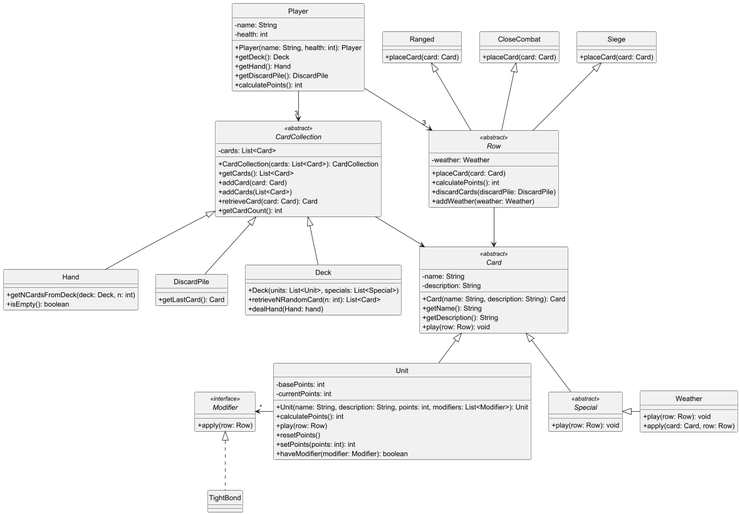
Above: diagrams/classes/general.png in Yonhir/algo3_proyecto_base_tp2 (PlantUML), before the change. Its source is kept beside it as diagrams/classes/general.plantuml. The source it was exported from:
```plantuml
@startuml

skinparam monochrome true
hide circle
skinparam classAttributeIconSize 0

class Player {
  -name: String
  -health: int
  +Player(name: String, health: int): Player
  +getDeck(): Deck
  +getHand(): Hand
  +getDiscardPile(): DiscardPile
  +calculatePoints(): int
}

abstract class CardCollection <<abstract>> {
  -cards: List<Card>
  +CardCollection(cards: List<Card>): CardCollection
  +getCards(): List<Card>
  +addCard(card: Card)
  +addCards(List<Card>)
  +retrieveCard(card: Card): Card
  +getCardCount(): int
}

class Hand {
  +getNCardsFromDeck(deck: Deck, n: int)
  +isEmpty(): boolean
}

class DiscardPile {
  +DiscardPile(): DiscardPile
  +getLastCard(): Card
  +addCard(card: Card)
}

class Deck {
  +Deck(cards: List<Card>): Deck
  +getCardCount(): int
  +getUnitsCount(): long
  +getSpecialsCount(): long
}

abstract class Row <<abstract>> {
  -cards: List<Card>
  +placeCard(card: Card)
  +addCard(card: Card)
  +calculatePoints(): int
  +discardCards(discardPile: DiscardPile)
  +addWeather(weather: Weather)
  +canBePlacedIn(unit: Unit): boolean
  +getCards(): List<Card>
}

class Ranged {
  +canBePlacedIn(unit: Unit): boolean
}

class CloseCombat {
  +canBePlacedIn(unit: Unit): boolean
}

class Siege {
  +canBePlacedIn(unit: Unit): boolean
}

class WeatherZone {
  -closeCombatRows: List<Row>
  -rangedRows: List<Row>
  -siegeRows: List<Row>
  +WeatherZone(closeCombatRows: List<Row>, rangedRows: List<Row>, siegeRows: List<Row>): WeatherZone
  +addWeather(weather: Weather)
  +addCloseCombatWeather(weather: Weather)
  +addRangedWeather(weather: Weather)
  +addSiegeWeather(weather: Weather)
}

abstract class Card <<abstract>> {
  -name: String
  -description: String
  +Card(name: String, description: String): Card
  +getName(): String
  +getDescription(): String
  +play(row: Row): void
  +canBePlaced(row: Row): boolean
}

class Unit {
  -basePoints: int
  -currentPoints: int
  -modifiers: List<Modifier>
  -canBeInCloseCombat: boolean
  -canBeInRanged: boolean
  -canBeInSiege: boolean
  +Unit(name: String, description: String, points: int, closeCombat: boolean, ranged: boolean, siege: boolean, modifiers: List<Modifier>): Unit
  +calculatePoints(): int
  +play(row: Row): void
  +resetPoints(): void
  +setPoints(points: int): void
  +haveModifier(modifier: Modifier): boolean
  +canBeInCloseCombat(): boolean
  +canBeInRanged(): boolean
  +canBeInSiege(): boolean
}

abstract class Special <<abstract>> {
  +play(row: Row): void
  +canBePlaced(row: Row): boolean
}

class TightBond {
  +apply(row: Row): void
}

interface Modifier <<interface>> {
  +apply(row: Row): void
}

abstract class Weather <<abstract>> {
  +Weather(name: String, description: String): Weather
  +play(row: Row): void
  +apply(card: Card, row: Row): void
}

class TorrentialRain {
  +TorrentialRain(name: String, description: String): TorrentialRain
}

class ImpenetrableFog {
  +ImpenetrableFog(name: String, description: String): ImpenetrableFog
}

class BitingFrost {
  +BitingFrost(name: String, description: String): BitingFrost
}

class Decoy {
  +Decoy(name: String, description: String): Decoy
}

class TacticalAdvantage {
  +TacticalAdvantage(name: String, description: String): TacticalAdvantage
}

class Scorch {
  +Scorch(name: String, description: String): Scorch
}

interface DeckValidator <<interface>> {
  +validate(): boolean
}

class Validate6SpecialCards {
  -MIN_SPECIALS: int
  -cards: List<Card>
  +Validate6SpecialCards(cards: List<Card>): Validate6SpecialCards
  +validate(): boolean
}

class Validate15UnitsCards {
  -MIN_UNITS: int
  -cards: List<Card>
  +Validate15UnitsCards(cards: List<Card>): Validate15UnitsCards
  +validate(): boolean
}

Player --> "3" CardCollection
Player --> "3" Row
Player --> "1" WeatherZone

WeatherZone --> "3" Row

CardCollection --> Card
CardCollection <|-- Hand
CardCollection <|-- DiscardPile
CardCollection <|-- Deck

Ranged --|> Row
CloseCombat --|> Row
Siege --|> Row

Row --> Card

Card <|-- Unit
Card <|-- Special
Modifier "*"<- Unit
Modifier <|.. TightBond
Special <|-- Weather
Weather <|-- TorrentialRain
Weather <|-- ImpenetrableFog
Weather <|-- BitingFrost
Special <|-- Decoy
Special <|-- TacticalAdvantage
Special <|-- Scorch

Deck --> "*" DeckValidator
DeckValidator <|.. Validate6SpecialCards
DeckValidator <|.. Validate15UnitsCards

@enduml
```
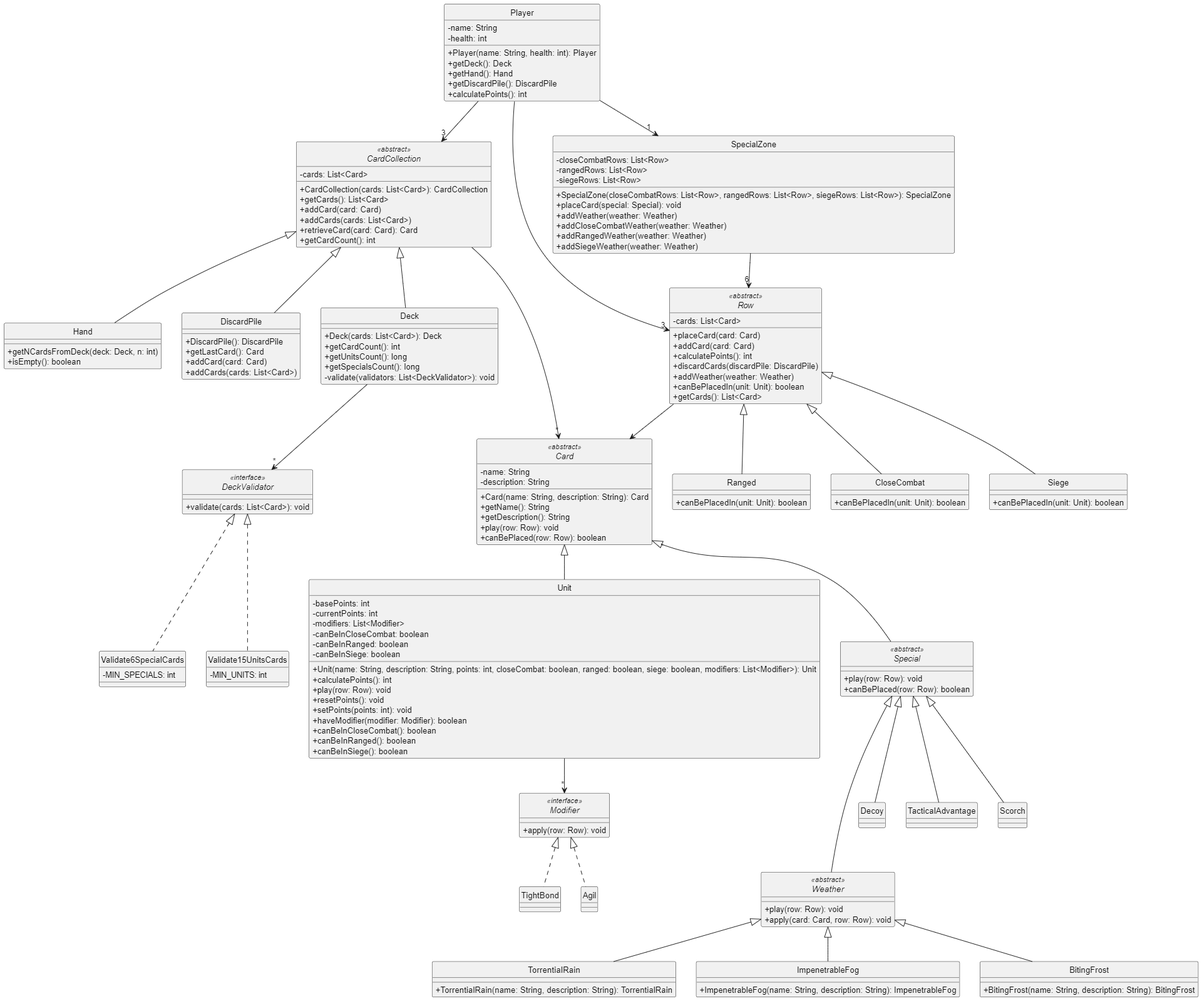
After the commit.

Change to the diagram source:
```diff
@@ -19,7 +19,7 @@
   +CardCollection(cards: List<Card>): CardCollection
   +getCards(): List<Card>
   +addCard(card: Card)
-  +addCards(List<Card>)
+  +addCards(cards: List<Card>)
   +retrieveCard(card: Card): Card
   +getCardCount(): int
 }
@@ -33,6 +33,7 @@
   +DiscardPile(): DiscardPile
   +getLastCard(): Card
   +addCard(card: Card)
+  +addCards(cards: List<Card>)
 }
 
 class Deck {
@@ -40,6 +41,19 @@
   +getCardCount(): int
   +getUnitsCount(): long
   +getSpecialsCount(): long
+  -validate(validators: List<DeckValidator>): void
+}
+
+interface DeckValidator <<interface>> {
+  +validate(cards: List<Card>): void
+}
+
+class Validate6SpecialCards {
+  -MIN_SPECIALS: int
+}
+
+class Validate15UnitsCards {
+  -MIN_UNITS: int
 }
 
 abstract class Row <<abstract>> {
@@ -65,11 +79,12 @@
   +canBePlacedIn(unit: Unit): boolean
 }
 
-class WeatherZone {
+class SpecialZone {
   -closeCombatRows: List<Row>
   -rangedRows: List<Row>
   -siegeRows: List<Row>
-  +WeatherZone(closeCombatRows: List<Row>, rangedRows: List<Row>, siegeRows: List<Row>): WeatherZone
+  +SpecialZone(closeCombatRows: List<Row>, rangedRows: List<Row>, siegeRows: List<Row>): SpecialZone
+  +placeCard(special: Special): void
   +addWeather(weather: Weather)
   +addCloseCombatWeather(weather: Weather)
   +addRangedWeather(weather: Weather)
@@ -109,16 +124,17 @@
   +canBePlaced(row: Row): boolean
 }
 
-class TightBond {
-  +apply(row: Row): void
-}
-
 interface Modifier <<interface>> {
   +apply(row: Row): void
 }
 
+class TightBond {
+}
+
+class Agil {
+}
+
 abstract class Weather <<abstract>> {
-  +Weather(name: String, description: String): Weather
   +play(row: Row): void
   +apply(card: Card, row: Row): void
 }
@@ -136,63 +152,47 @@
 }
 
 class Decoy {
-  +Decoy(name: String, description: String): Decoy
 }
 
 class TacticalAdvantage {
-  +TacticalAdvantage(name: String, description: String): TacticalAdvantage
 }
 
 class Scorch {
-  +Scorch(name: String, description: String): Scorch
-}
-
-interface DeckValidator <<interface>> {
-  +validate(): boolean
-}
-
-class Validate6SpecialCards {
-  -MIN_SPECIALS: int
-  -cards: List<Card>
-  +Validate6SpecialCards(cards: List<Card>): Validate6SpecialCards
-  +validate(): boolean
-}
-
-class Validate15UnitsCards {
-  -MIN_UNITS: int
-  -cards: List<Card>
-  +Validate15UnitsCards(cards: List<Card>): Validate15UnitsCards
-  +validate(): boolean
 }
 
 Player --> "3" CardCollection
 Player --> "3" Row
-Player --> "1" WeatherZone
+Player --> "1" SpecialZone
 
-WeatherZone --> "3" Row
+SpecialZone --> "6" Row
 
-CardCollection --> Card
+CardCollection --> "*" Card
 CardCollection <|-- Hand
 CardCollection <|-- DiscardPile
 CardCollection <|-- Deck
 
-Ranged --|> Row
-CloseCombat --|> Row
-Siege --|> Row
+Row <|-- Ranged
+Row <|-- CloseCombat
+Row <|-- Siege
 
 Row --> Card
 
 Card <|-- Unit
 Card <|-- Special
-Modifier "*"<- Unit
+
+Unit --> "*" Modifier
+
 Modifier <|.. TightBond
-Special <|-- Weather
+Modifier <|.. Agil
+
+Special <|-- Decoy
+Special <|-- TacticalAdvantage
+Special <|-- Scorch
+Special <|--- Weather
+
 Weather <|-- TorrentialRain
 Weather <|-- ImpenetrableFog
 Weather <|-- BitingFrost
-Special <|-- Decoy
-Special <|-- TacticalAdvantage
-Special <|-- Scorch
 
 Deck --> "*" DeckValidator
 DeckValidator <|.. Validate6SpecialCards
```
